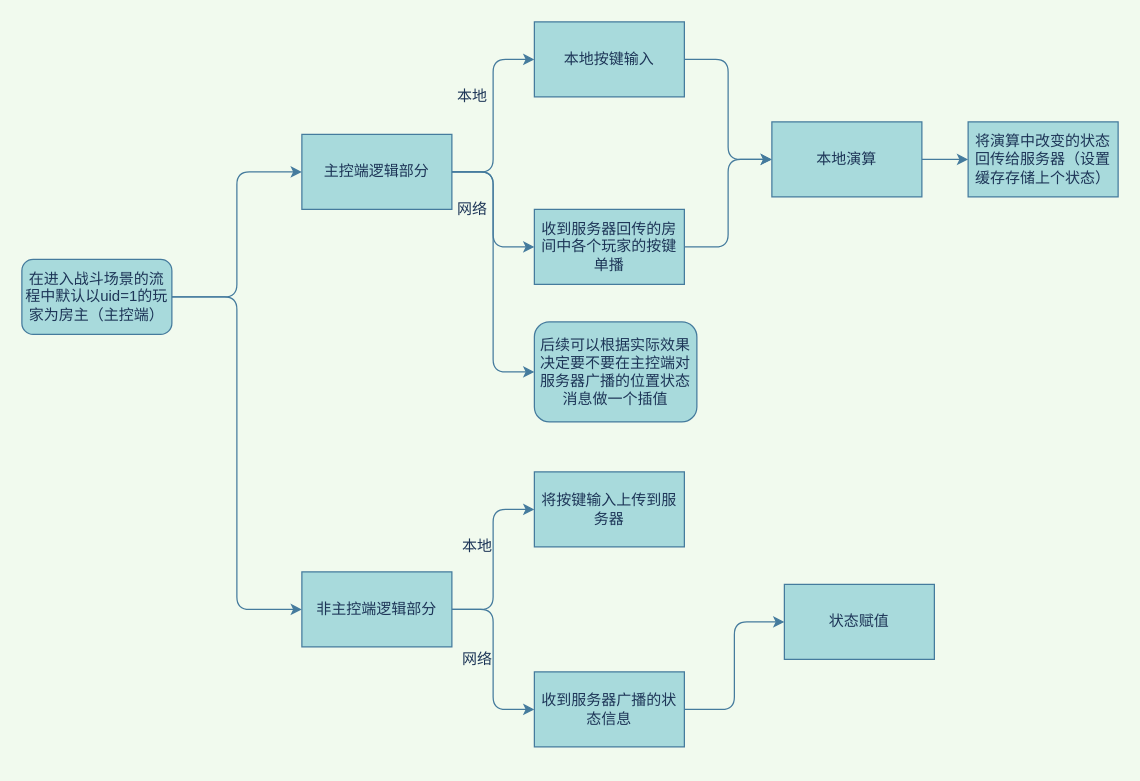
Before: 主控端拟服务器状态同步.drawio in petertan123/Diagram, a draw.io diagram. Source tidied: cells renumbered, new cells numbered last; positions are measured from the earlier drawing's top-left corner, leaving out a move shared by most shapes. Both pictures are drawn from the tidied source at 125%, with x=0, y=0 at pixel (21, 21).
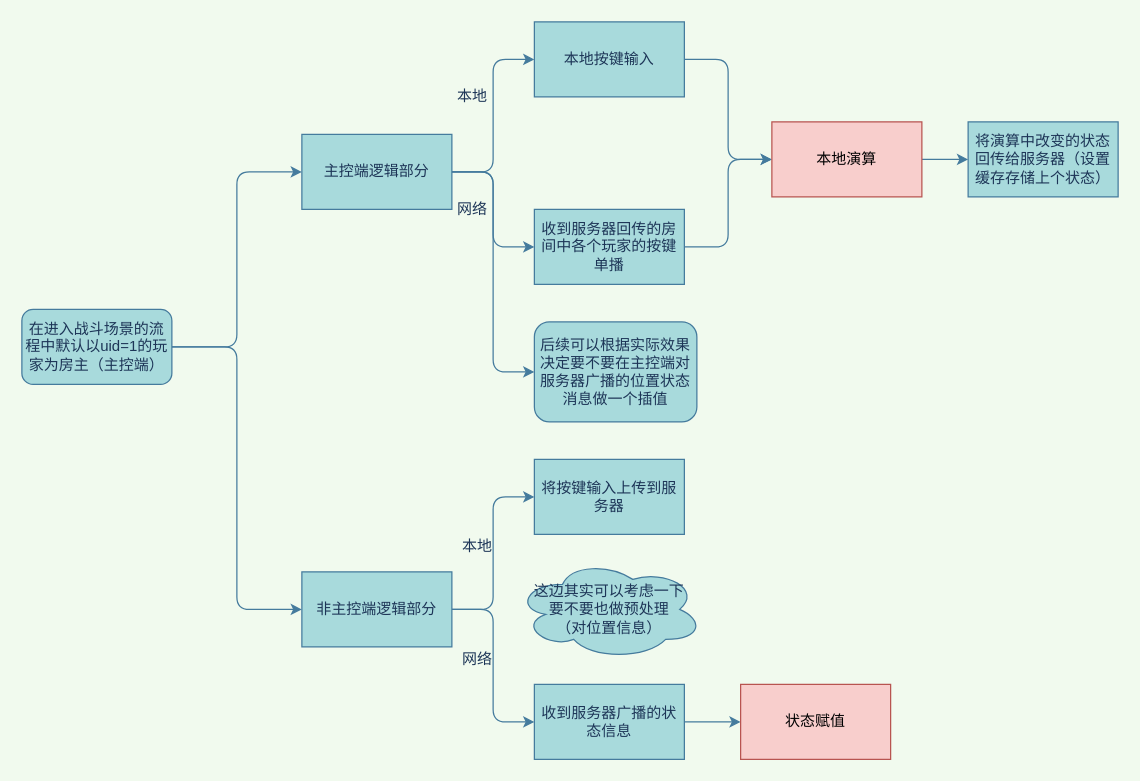
Above is the later version.

Commit message (it also covers changes not shown here):
Update 主控端拟服务器状态同步.drawio

What changed in the source:
```diff
@@
     <mxCell id="8" value="在进入战斗场景的流程中默认以uid=1的玩家为房主（主控端）" style="rounded=1;whiteSpace=wrap;html=1;sketch=0;fontColor=#1D3557;strokeColor=#457B9D;fillColor=#A8DADC;" parent="1" vertex="1">
-      <mxGeometry y="190" width="120" height="60" as="geometry" />
+      <mxGeometry y="230" width="120" height="60" as="geometry" />
     </mxCell>
@@
-    <mxCell id="16" value="本地演算" style="rounded=0;whiteSpace=wrap;html=1;sketch=0;fontColor=#1D3557;strokeColor=#457B9D;fillColor=#A8DADC;" parent="1" vertex="1">
+    <mxCell id="16" value="本地演算" style="rounded=0;whiteSpace=wrap;html=1;sketch=0;strokeColor=#b85450;fillColor=#f8cecc;" parent="1" vertex="1">
       <mxGeometry x="600" y="80" width="120" height="60" as="geometry" />
     </mxCell>
     <mxCell id="17" value="将按键输入上传到服务器" style="rounded=0;whiteSpace=wrap;html=1;sketch=0;fontColor=#1D3557;strokeColor=#457B9D;fillColor=#A8DADC;" parent="1" vertex="1">
-      <mxGeometry x="410" y="360" width="120" height="60" as="geometry" />
+      <mxGeometry x="410" y="350" width="120" height="60" as="geometry" />
     </mxCell>
@@
     <mxCell id="23" value="收到服务器广播的状态信息" style="rounded=0;whiteSpace=wrap;html=1;sketch=0;fontColor=#1D3557;strokeColor=#457B9D;fillColor=#A8DADC;" parent="1" vertex="1">
-      <mxGeometry x="410" y="520" width="120" height="60" as="geometry" />
+      <mxGeometry x="410" y="530" width="120" height="60" as="geometry" />
     </mxCell>
@@
-    <mxCell id="25" value="状态赋值" style="rounded=0;whiteSpace=wrap;html=1;sketch=0;fontColor=#1D3557;strokeColor=#457B9D;fillColor=#A8DADC;" parent="1" vertex="1">
-      <mxGeometry x="610" y="450" width="120" height="60" as="geometry" />
+    <mxCell id="25" value="状态赋值" style="rounded=0;whiteSpace=wrap;html=1;sketch=0;strokeColor=#b85450;fillColor=#f8cecc;" parent="1" vertex="1">
+      <mxGeometry x="575" y="530" width="120" height="60" as="geometry" />
     </mxCell>
@@
+    <mxCell id="28" value="这边其实可以考虑一下&lt;br&gt;要不要也做预处理&lt;br&gt;（对位置信息）" style="ellipse;shape=cloud;whiteSpace=wrap;html=1;rounded=0;sketch=0;fontColor=#1D3557;strokeColor=#457B9D;fillColor=#A8DADC;" parent="1" vertex="1">
+      <mxGeometry x="395" y="430" width="150" height="80" as="geometry" />
+    </mxCell>
```
